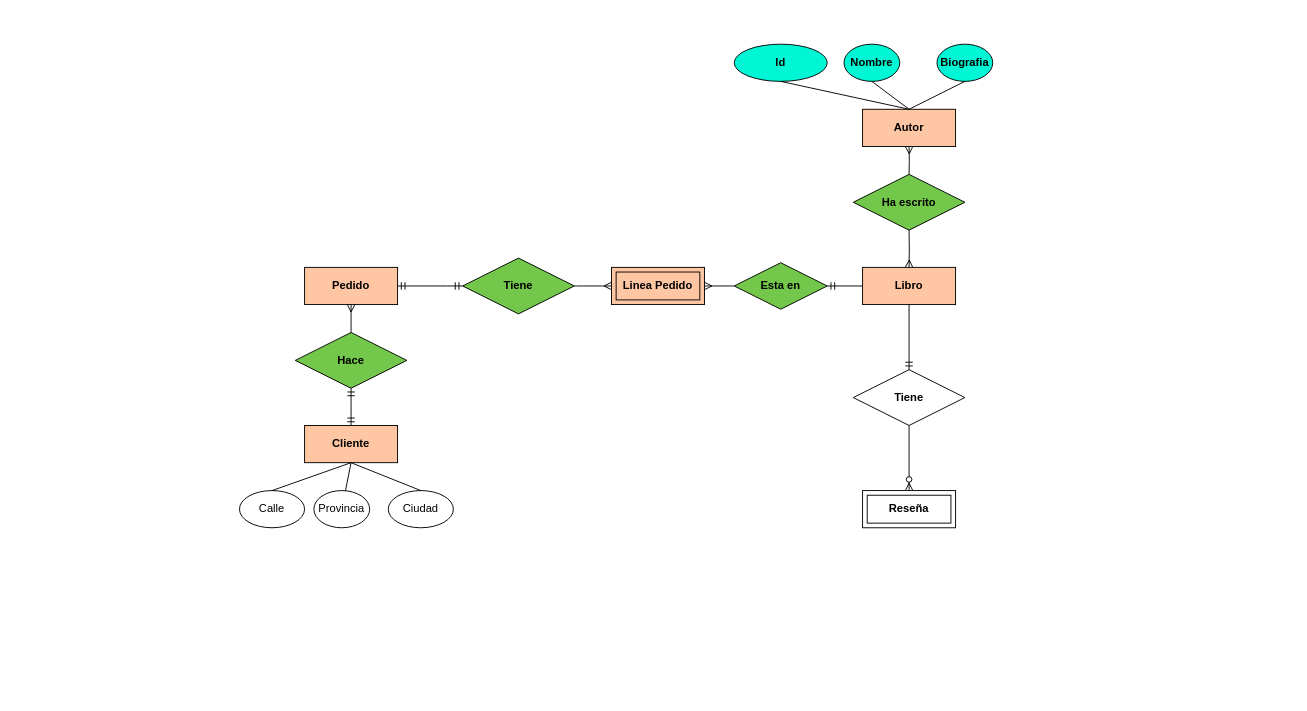
The draw.io diagram 00-er-partida.drawio in dawnrock/diagrams, before the edit. Source tidied: cells renumbered, new cells numbered last; positions are measured from the earlier drawing's top-left corner, leaving out a move shared by most shapes. Both pictures are drawn from the tidied source at 93%, with x=0, y=0 at pixel (239, 44).
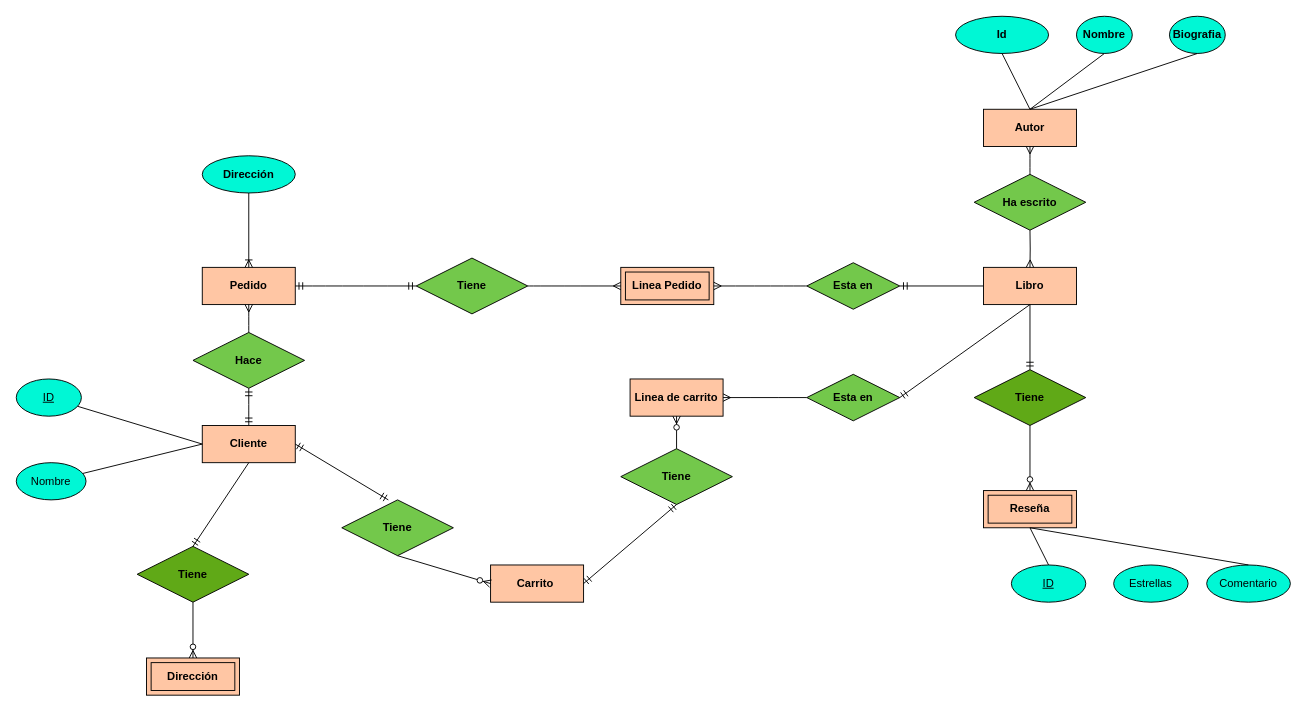
The same page after the edit.

The edit, as a diff of the source:
```diff
@@
     <mxCell id="2" value="&lt;b&gt;Libro&lt;/b&gt;" style="whiteSpace=wrap;html=1;align=center;fillColor=#FFC6A4;" parent="1" vertex="1">
-      <mxGeometry x="670" y="240" width="100" height="40" as="geometry" />
+      <mxGeometry x="800" y="240" width="100" height="40" as="geometry" />
     </mxCell>
     <mxCell id="3" value="&lt;b&gt;Autor&lt;/b&gt;" style="whiteSpace=wrap;html=1;align=center;fillColor=#FFC6A4;" parent="1" vertex="1">
-      <mxGeometry x="670" y="70" width="100" height="40" as="geometry" />
+      <mxGeometry x="800" y="70" width="100" height="40" as="geometry" />
     </mxCell>
     <mxCell id="4" value="&lt;b&gt;Ha escrito&lt;/b&gt;" style="shape=rhombus;perimeter=rhombusPerimeter;whiteSpace=wrap;html=1;align=center;fillColor=#73C84B;" parent="1" vertex="1">
-      <mxGeometry x="660" y="140" width="120" height="60" as="geometry" />
+      <mxGeometry x="790" y="140" width="120" height="60" as="geometry" />
     </mxCell>
-    <mxCell id="5" style="edgeStyle=orthogonalEdgeStyle;fontSize=12;html=1;endArrow=ERmany;entryX=0.5;entryY=1;entryDx=0;entryDy=0;exitX=0.5;exitY=0;exitDx=0;exitDy=0;curved=1;" parent="1" edge="1" target="3">
+    <mxCell id="5" style="edgeStyle=orthogonalEdgeStyle;fontSize=12;html=1;endArrow=ERmany;entryX=0.5;entryY=1;entryDx=0;entryDy=0;exitX=0.5;exitY=0;exitDx=0;exitDy=0;curved=1;" parent="1" edge="1">
       <mxGeometry relative="1" as="geometry">
-        <mxPoint x="720" y="140" as="sourcePoint" />
+        <mxPoint x="850" y="140" as="sourcePoint" />
+        <mxPoint x="850" y="110" as="targetPoint" />
       </mxGeometry>
     </mxCell>
     <mxCell id="6" style="edgeStyle=orthogonalEdgeStyle;fontSize=12;html=1;endArrow=ERmany;exitX=0.5;exitY=1;exitDx=0;exitDy=0;entryX=0.5;entryY=0;entryDx=0;entryDy=0;curved=1;" parent="1" edge="1" target="2">
       <mxGeometry relative="1" as="geometry">
-        <mxPoint x="720" y="200" as="sourcePoint" />
+        <mxPoint x="850" y="200" as="sourcePoint" />
       </mxGeometry>
     </mxCell>
     <mxCell id="7" value="&lt;b&gt;Cliente&lt;/b&gt;" style="whiteSpace=wrap;html=1;align=center;fillColor=#FFC6A4;" parent="1" vertex="1">
-      <mxGeometry x="70" y="410" width="100" height="40" as="geometry" />
+      <mxGeometry x="-40" y="410" width="100" height="40" as="geometry" />
     </mxCell>
     <mxCell id="8" value="&lt;b&gt;Pedido&lt;/b&gt;" style="whiteSpace=wrap;html=1;align=center;fillColor=#FFC6A4;" parent="1" vertex="1">
-      <mxGeometry x="70" y="240" width="100" height="40" as="geometry" />
+      <mxGeometry x="-40" y="240" width="100" height="40" as="geometry" />
     </mxCell>
     <mxCell id="9" value="&lt;b&gt;Hace&lt;/b&gt;" style="shape=rhombus;perimeter=rhombusPerimeter;whiteSpace=wrap;html=1;align=center;fillColor=#73C84B;" parent="1" vertex="1">
-      <mxGeometry x="60" y="310" width="120" height="60" as="geometry" />
+      <mxGeometry x="-50" y="310" width="120" height="60" as="geometry" />
     </mxCell>
@@
     <mxCell id="12" value="&lt;b&gt;Linea Pedido&lt;/b&gt;" style="shape=ext;margin=3;double=1;whiteSpace=wrap;html=1;align=center;fillColor=#FFC6A4;" parent="1" vertex="1">
-      <mxGeometry x="400" y="240" width="100" height="40" as="geometry" />
+      <mxGeometry x="410" y="240" width="100" height="40" as="geometry" />
     </mxCell>
     <mxCell id="13" value="&lt;b&gt;Tiene&lt;/b&gt;" style="shape=rhombus;perimeter=rhombusPerimeter;whiteSpace=wrap;html=1;align=center;fillColor=#73C84B;" parent="1" vertex="1">
-      <mxGeometry x="240" y="230" width="120" height="60" as="geometry" />
+      <mxGeometry x="190" y="230" width="120" height="60" as="geometry" />
     </mxCell>
@@
     <mxCell id="16" value="&lt;b&gt;Esta en&lt;/b&gt;" style="shape=rhombus;perimeter=rhombusPerimeter;whiteSpace=wrap;html=1;align=center;fillColor=#73C84B;" parent="1" vertex="1">
-      <mxGeometry x="532" y="235" width="100" height="50" as="geometry" />
+      <mxGeometry x="610" y="235" width="100" height="50" as="geometry" />
     </mxCell>
-    <mxCell id="17" style="fontSize=12;html=1;endArrow=ERmandOne;exitX=0;exitY=0.5;exitDx=0;exitDy=0;" parent="1" edge="1" source="2" target="16">
+    <mxCell id="17" style="fontSize=12;html=1;endArrow=ERmandOne;exitX=0;exitY=0.5;exitDx=0;exitDy=0;entryX=1;entryY=0.5;entryDx=0;entryDy=0;" parent="1" edge="1" source="2" target="16">
       <mxGeometry relative="1" as="geometry" />
     </mxCell>
@@
     <mxCell id="19" value="&lt;b&gt;Nombre&lt;/b&gt;" style="ellipse;whiteSpace=wrap;html=1;align=center;fillColor=#00F7D5;" parent="1" vertex="1">
-      <mxGeometry x="650" width="60" height="40" as="geometry" />
+      <mxGeometry x="900" y="-30" width="60" height="40" as="geometry" />
     </mxCell>
     <mxCell id="20" value="&lt;b&gt;Id&lt;/b&gt;" style="ellipse;whiteSpace=wrap;html=1;align=center;fillColor=#00F7D5;" parent="1" vertex="1">
-      <mxGeometry x="532" width="100" height="40" as="geometry" />
+      <mxGeometry x="770" y="-30" width="100" height="40" as="geometry" />
     </mxCell>
     <mxCell id="21" value="&lt;b&gt;Biografia&lt;/b&gt;" style="ellipse;whiteSpace=wrap;html=1;align=center;fillColor=#00F7D5;" parent="1" vertex="1">
-      <mxGeometry x="750" width="60" height="40" as="geometry" />
+      <mxGeometry x="1000" y="-30" width="60" height="40" as="geometry" />
     </mxCell>
@@
-    <mxCell id="23" style="endArrow=none;html=1;entryX=0.5;entryY=1;entryDx=0;entryDy=0;" parent="1" edge="1" target="19">
-      <mxGeometry relative="1" as="geometry">
-        <mxPoint x="720" y="70" as="sourcePoint" />
-      </mxGeometry>
+    <mxCell id="23" style="endArrow=none;html=1;entryX=0.5;entryY=1;entryDx=0;entryDy=0;exitX=0.5;exitY=0;exitDx=0;exitDy=0;" parent="1" edge="1" source="3" target="19">
+      <mxGeometry relative="1" as="geometry" />
     </mxCell>
@@
-    <mxCell id="25" value="&lt;b&gt;Reseña&lt;/b&gt;" style="shape=ext;margin=3;double=1;whiteSpace=wrap;html=1;align=center;" parent="1" vertex="1">
-      <mxGeometry x="670" y="480" width="100" height="40" as="geometry" />
+    <mxCell id="25" value="&lt;b&gt;Reseña&lt;/b&gt;" style="shape=ext;margin=3;double=1;whiteSpace=wrap;html=1;align=center;fillColor=#FFC6A4;strokeColor=#000000;" parent="1" vertex="1">
+      <mxGeometry x="800" y="480" width="100" height="40" as="geometry" />
     </mxCell>
-    <mxCell id="26" value="&lt;b&gt;Tiene&lt;/b&gt;" style="shape=rhombus;perimeter=rhombusPerimeter;whiteSpace=wrap;html=1;align=center;" parent="1" vertex="1">
-      <mxGeometry x="660" y="350" width="120" height="60" as="geometry" />
+    <mxCell id="26" value="&lt;b&gt;&lt;font color=&quot;#000000&quot;&gt;Tiene&lt;/font&gt;&lt;/b&gt;" style="shape=rhombus;perimeter=rhombusPerimeter;whiteSpace=wrap;html=1;align=center;fillColor=#60a917;strokeColor=#000000;fontColor=#ffffff;" parent="1" vertex="1">
+      <mxGeometry x="790" y="350" width="120" height="60" as="geometry" />
     </mxCell>
@@
-    <mxCell id="29" value="Ciudad" style="ellipse;whiteSpace=wrap;html=1;align=center;" parent="1" vertex="1">
-      <mxGeometry x="160" y="480" width="70" height="40" as="geometry" />
-    </mxCell>
-    <mxCell id="30" value="Calle" style="ellipse;whiteSpace=wrap;html=1;align=center;" parent="1" vertex="1">
-      <mxGeometry y="480" width="70" height="40" as="geometry" />
-    </mxCell>
-    <mxCell id="31" value="Provincia" style="ellipse;whiteSpace=wrap;html=1;align=center;" parent="1" vertex="1">
-      <mxGeometry x="80" y="480" width="60" height="40" as="geometry" />
-    </mxCell>
-    <mxCell id="32" style="endArrow=none;html=1;rounded=0;entryX=0.5;entryY=1;entryDx=0;entryDy=0;exitX=0.5;exitY=0;exitDx=0;exitDy=0;" parent="1" edge="1" source="30" target="7">
-      <mxGeometry relative="1" as="geometry" />
-    </mxCell>
-    <mxCell id="33" style="endArrow=none;html=1;rounded=0;entryX=0.5;entryY=0;entryDx=0;entryDy=0;" parent="1" edge="1" target="29">
-      <mxGeometry relative="1" as="geometry">
-        <mxPoint x="120" y="450" as="sourcePoint" />
-      </mxGeometry>
-    </mxCell>
-    <mxCell id="34" style="endArrow=none;html=1;rounded=0;exitX=0.5;exitY=1;exitDx=0;exitDy=0;" parent="1" edge="1" source="7" target="31">
-      <mxGeometry relative="1" as="geometry" />
-    </mxCell>
+    <mxCell id="35" value="&lt;font color=&quot;#000000&quot;&gt;&lt;b&gt;Tiene&lt;/b&gt;&lt;/font&gt;" style="shape=rhombus;perimeter=rhombusPerimeter;whiteSpace=wrap;html=1;align=center;fontColor=#ffffff;fillColor=#60a917;strokeColor=#000000;" parent="1" vertex="1">
+      <mxGeometry x="-110" y="540" width="120" height="60" as="geometry" />
+    </mxCell>
+    <mxCell id="36" style="fontSize=12;html=1;endArrow=ERmandOne;rounded=0;fontColor=#000000;exitX=0.5;exitY=1;exitDx=0;exitDy=0;entryX=0.5;entryY=0;entryDx=0;entryDy=0;" parent="1" edge="1" source="7" target="35">
+      <mxGeometry relative="1" as="geometry" />
+    </mxCell>
+    <mxCell id="37" value="ID" style="ellipse;whiteSpace=wrap;html=1;align=center;fontStyle=4;fontColor=#000000;strokeColor=#000000;fillColor=#00F7D5;" parent="1" vertex="1">
+      <mxGeometry x="830" y="560" width="80" height="40" as="geometry" />
+    </mxCell>
+    <mxCell id="38" value="Estrellas" style="ellipse;whiteSpace=wrap;html=1;align=center;fontColor=#000000;strokeColor=#000000;fillColor=#00F7D5;" parent="1" vertex="1">
+      <mxGeometry x="940" y="560" width="80" height="40" as="geometry" />
+    </mxCell>
+    <mxCell id="39" value="Comentario" style="ellipse;whiteSpace=wrap;html=1;align=center;fontColor=#000000;strokeColor=#000000;fillColor=#00F7D5;" parent="1" vertex="1">
+      <mxGeometry x="1040" y="560" width="90" height="40" as="geometry" />
+    </mxCell>
+    <mxCell id="40" style="endArrow=none;html=1;rounded=0;fontColor=#000000;entryX=0.5;entryY=1;entryDx=0;entryDy=0;exitX=0.5;exitY=0;exitDx=0;exitDy=0;" parent="1" edge="1" source="37" target="25">
+      <mxGeometry relative="1" as="geometry" />
+    </mxCell>
+    <mxCell id="41" style="endArrow=none;html=1;rounded=0;fontColor=#000000;entryX=0.5;entryY=1;entryDx=0;entryDy=0;exitX=0.5;exitY=0;exitDx=0;exitDy=0;" parent="1" edge="1" source="39" target="25">
+      <mxGeometry relative="1" as="geometry" />
+    </mxCell>
+    <mxCell id="42" value="Nombre" style="ellipse;whiteSpace=wrap;html=1;align=center;fontColor=#000000;strokeColor=#000000;fillColor=#00F7D5;" parent="1" vertex="1">
+      <mxGeometry x="-240" y="450" width="75" height="40" as="geometry" />
+    </mxCell>
+    <mxCell id="43" value="ID" style="ellipse;whiteSpace=wrap;html=1;align=center;fontStyle=4;fontColor=#000000;strokeColor=#000000;fillColor=#00F7D5;" parent="1" vertex="1">
+      <mxGeometry x="-240" y="360" width="70" height="40" as="geometry" />
+    </mxCell>
+    <mxCell id="44" style="endArrow=none;html=1;rounded=0;fontColor=#000000;exitX=0;exitY=0.5;exitDx=0;exitDy=0;" parent="1" edge="1" source="7" target="43">
+      <mxGeometry relative="1" as="geometry" />
+    </mxCell>
+    <mxCell id="45" style="endArrow=none;html=1;rounded=0;fontColor=#000000;exitX=0;exitY=0.5;exitDx=0;exitDy=0;" parent="1" edge="1" source="7" target="42">
+      <mxGeometry relative="1" as="geometry" />
+    </mxCell>
+    <mxCell id="46" value="&lt;b&gt;Dirección&lt;/b&gt;" style="shape=ext;margin=3;double=1;whiteSpace=wrap;html=1;align=center;fontColor=#000000;strokeColor=#000000;fillColor=#FFC6A4;" parent="1" vertex="1">
+      <mxGeometry x="-100" y="660" width="100" height="40" as="geometry" />
+    </mxCell>
+    <mxCell id="47" style="fontSize=12;html=1;endArrow=ERzeroToMany;endFill=1;rounded=0;fontColor=#000000;exitX=0.5;exitY=1;exitDx=0;exitDy=0;entryX=0.5;entryY=0;entryDx=0;entryDy=0;" parent="1" edge="1" source="35" target="46">
+      <mxGeometry relative="1" as="geometry" />
+    </mxCell>
+    <mxCell id="48" style="fontSize=12;html=1;endArrow=ERoneToMany;rounded=0;fontColor=#000000;exitX=0.5;exitY=1;exitDx=0;exitDy=0;entryX=0.5;entryY=0;entryDx=0;entryDy=0;" parent="1" edge="1" target="8">
+      <mxGeometry relative="1" as="geometry">
+        <mxPoint x="10" y="160" as="sourcePoint" />
+      </mxGeometry>
+    </mxCell>
+    <mxCell id="49" value="&lt;b&gt;Dirección&lt;/b&gt;" style="ellipse;whiteSpace=wrap;html=1;align=center;fontColor=#000000;strokeColor=#000000;fillColor=#00F7D5;" parent="1" vertex="1">
+      <mxGeometry x="-40" y="120" width="100" height="40" as="geometry" />
+    </mxCell>
+    <mxCell id="50" value="&lt;b&gt;Carrito&amp;nbsp;&lt;/b&gt;" style="whiteSpace=wrap;html=1;align=center;fontColor=#000000;strokeColor=#000000;fillColor=#FFC6A4;" parent="1" vertex="1">
+      <mxGeometry x="270" y="560" width="100" height="40" as="geometry" />
+    </mxCell>
+    <mxCell id="51" value="&lt;b&gt;Tiene&lt;/b&gt;" style="shape=rhombus;perimeter=rhombusPerimeter;whiteSpace=wrap;html=1;align=center;fillColor=#73C84B;" parent="1" vertex="1">
+      <mxGeometry x="110" y="490" width="120" height="60" as="geometry" />
+    </mxCell>
+    <mxCell id="52" value="&lt;b&gt;Tiene&lt;/b&gt;" style="shape=rhombus;perimeter=rhombusPerimeter;whiteSpace=wrap;html=1;align=center;fillColor=#73C84B;" parent="1" vertex="1">
+      <mxGeometry x="410" y="435" width="120" height="60" as="geometry" />
+    </mxCell>
+    <mxCell id="53" value="&lt;b&gt;Esta en&lt;/b&gt;" style="shape=rhombus;perimeter=rhombusPerimeter;whiteSpace=wrap;html=1;align=center;fillColor=#73C84B;" parent="1" vertex="1">
+      <mxGeometry x="610" y="355" width="100" height="50" as="geometry" />
+    </mxCell>
+    <mxCell id="54" value="&lt;b&gt;Linea de carrito&lt;/b&gt;" style="whiteSpace=wrap;html=1;align=center;fontColor=#000000;strokeColor=#000000;fillColor=#FFC6A4;" parent="1" vertex="1">
+      <mxGeometry x="420" y="360" width="100" height="40" as="geometry" />
+    </mxCell>
+    <mxCell id="55" style="fontSize=12;html=1;endArrow=ERmandOne;rounded=0;fontColor=#000000;entryX=1;entryY=0.5;entryDx=0;entryDy=0;" parent="1" edge="1" target="53">
+      <mxGeometry relative="1" as="geometry">
+        <mxPoint x="850" y="280" as="sourcePoint" />
+      </mxGeometry>
+    </mxCell>
+    <mxCell id="56" style="edgeStyle=entityRelationEdgeStyle;fontSize=12;html=1;endArrow=ERmany;rounded=0;fontColor=#000000;exitX=0;exitY=0.5;exitDx=0;exitDy=0;entryX=1;entryY=0.5;entryDx=0;entryDy=0;" parent="1" edge="1" source="53" target="54">
+      <mxGeometry relative="1" as="geometry" />
+    </mxCell>
+    <mxCell id="57" style="fontSize=12;html=1;endArrow=ERzeroToMany;endFill=1;rounded=0;fontColor=#000000;entryX=0.5;entryY=1;entryDx=0;entryDy=0;exitX=0.5;exitY=0;exitDx=0;exitDy=0;" parent="1" edge="1" source="52" target="54">
+      <mxGeometry relative="1" as="geometry" />
+    </mxCell>
+    <mxCell id="58" style="fontSize=12;html=1;endArrow=ERmandOne;startArrow=ERmandOne;rounded=0;fontColor=#000000;exitX=1;exitY=0.5;exitDx=0;exitDy=0;entryX=0.5;entryY=1;entryDx=0;entryDy=0;" parent="1" edge="1" source="50" target="52">
+      <mxGeometry relative="1" as="geometry" />
+    </mxCell>
+    <mxCell id="59" style="fontSize=12;html=1;endArrow=ERzeroToMany;endFill=1;rounded=0;fontColor=#000000;exitX=0.5;exitY=1;exitDx=0;exitDy=0;entryX=0;entryY=0.5;entryDx=0;entryDy=0;" parent="1" edge="1" source="51" target="50">
+      <mxGeometry relative="1" as="geometry" />
+    </mxCell>
+    <mxCell id="60" style="fontSize=12;html=1;endArrow=ERmandOne;startArrow=ERmandOne;rounded=0;fontColor=#000000;exitX=1;exitY=0.5;exitDx=0;exitDy=0;entryX=0.417;entryY=0;entryDx=0;entryDy=0;entryPerimeter=0;" parent="1" edge="1" source="7" target="51">
+      <mxGeometry relative="1" as="geometry" />
+    </mxCell>
```
